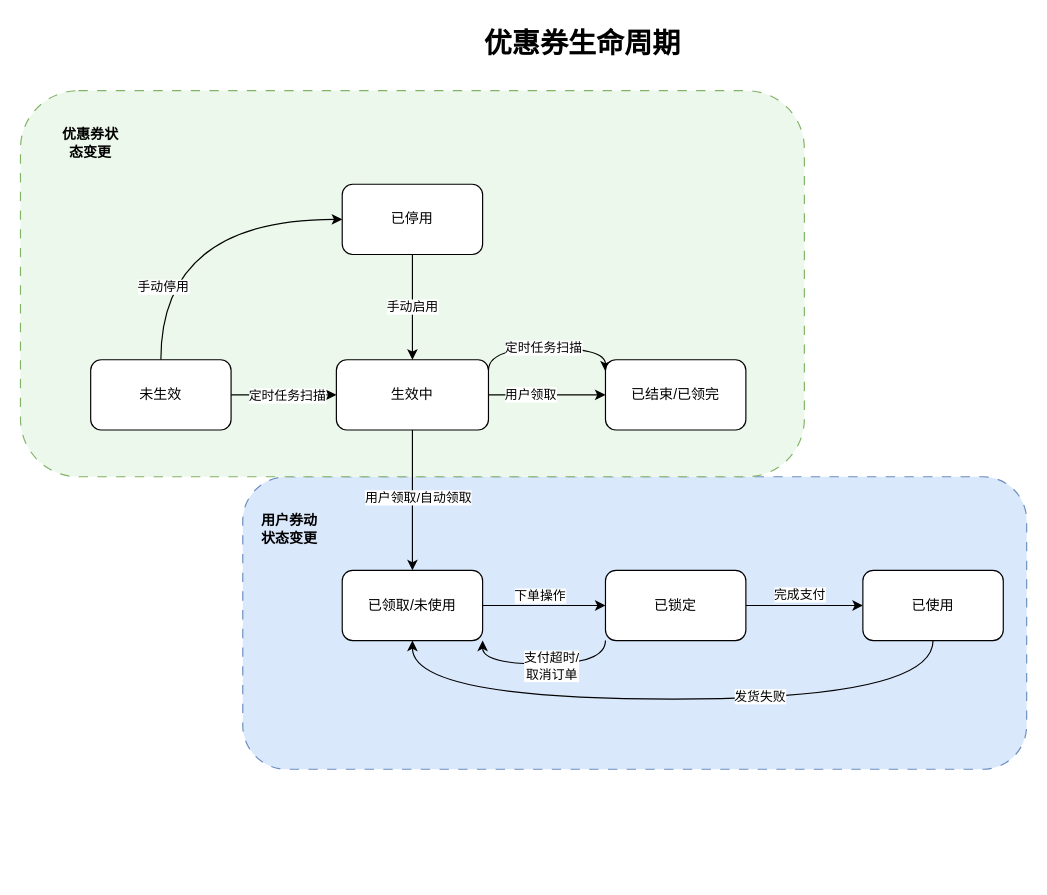
Before: 未命名绘图.drawio in SteveGlory/steveglory.github.io, a draw.io diagram. Source tidied: cells renumbered, new cells numbered last; positions are measured from the earlier drawing's top-left corner, leaving out a move shared by most shapes. Both pictures are drawn from the tidied source at 117%, with x=0, y=0 at pixel (20, 20).
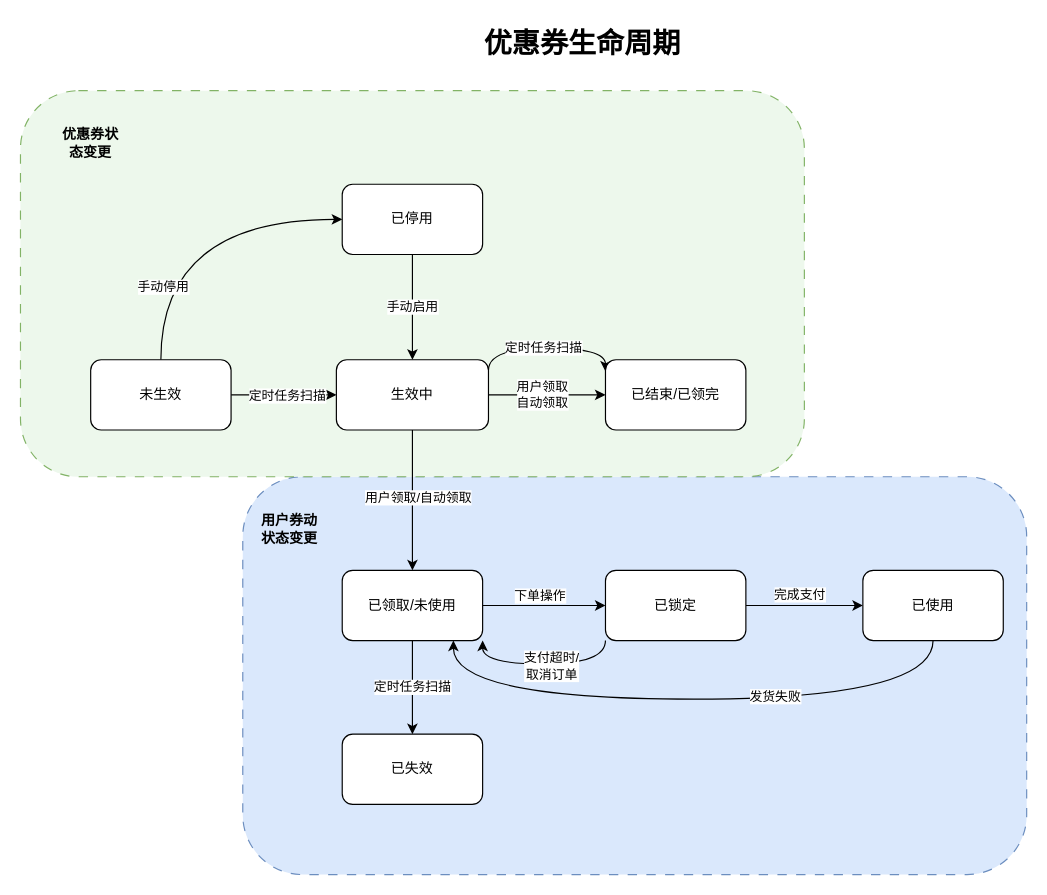
The same diagram, later.

Commit message:
更新未命名绘图.drawio

The change refers to these unchanged cells:
```xml
<mxCell id="10" style="edgeStyle=orthogonalEdgeStyle;rounded=0;jettySize=auto;html=1;" parent="1" edge="1" source="16" target="26">
  <mxGeometry relative="1" as="geometry" />
</mxCell>
<mxCell id="19" value="已领取/未使用" style="rounded=1;whiteSpace=wrap;html=1;" parent="1" vertex="1">
  <mxGeometry x="275" y="470" width="120" height="60" as="geometry" />
</mxCell>
<mxCell id="25" value="已使用" style="rounded=1;whiteSpace=wrap;html=1;" parent="1" vertex="1">
  <mxGeometry x="720" y="470" width="120" height="60" as="geometry" />
</mxCell>
```

What changed in the source:
```diff
@@
     <mxCell id="2" style="rounded=1;whiteSpace=wrap;html=1;fillColor=#dae8fc;strokeColor=#6c8ebf;dashed=1;dashPattern=8 8;" parent="1" vertex="1">
-      <mxGeometry x="190" y="390" width="670" height="250" as="geometry" />
+      <mxGeometry x="190" y="390" width="670" height="340" as="geometry" />
     </mxCell>
@@
-    <mxCell id="11" value="用户领取" style="edgeLabel;html=1;align=center;verticalAlign=middle;" parent="10" vertex="1">
-      <mxGeometry x="-0.3" y="1" relative="1" as="geometry" />
+    <mxCell id="11" value="&lt;div&gt;用户领取&lt;br&gt;&lt;/div&gt;&lt;div&gt;自动领取&lt;/div&gt;" style="edgeLabel;html=1;align=center;verticalAlign=middle;" parent="10" vertex="1">
+      <mxGeometry x="-0.3" y="1" relative="1" as="geometry">
+        <mxPoint x="10" as="offset" />
+      </mxGeometry>
     </mxCell>
@@
+    <mxCell id="33" value="定时任务扫描" style="edgeStyle=orthogonalEdgeStyle;rounded=0;jettySize=auto;html=1;" parent="1" edge="1" source="19" target="34">
+      <mxGeometry relative="1" as="geometry" />
+    </mxCell>
@@
-    <mxCell id="23" style="edgeStyle=orthogonalEdgeStyle;rounded=0;jettySize=auto;html=1;entryX=0.5;entryY=1;entryDx=0;entryDy=0;curved=1;" parent="1" edge="1" source="25" target="19">
+    <mxCell id="23" style="edgeStyle=orthogonalEdgeStyle;rounded=0;jettySize=auto;html=1;entryDx=0;entryDy=0;curved=1;" parent="1" edge="1" source="25" target="19">
       <mxGeometry relative="1" as="geometry">
         <Array as="points">
           <mxPoint x="780" y="580" />
-          <mxPoint x="335" y="580" />
+          <mxPoint x="370" y="580" />
+          <mxPoint x="370" y="530" />
         </Array>
       </mxGeometry>
     </mxCell>
@@
+    <mxCell id="34" value="已失效" style="whiteSpace=wrap;html=1;rounded=1;" parent="1" vertex="1">
+      <mxGeometry x="275" y="610" width="120" height="60" as="geometry" />
+    </mxCell>
```
